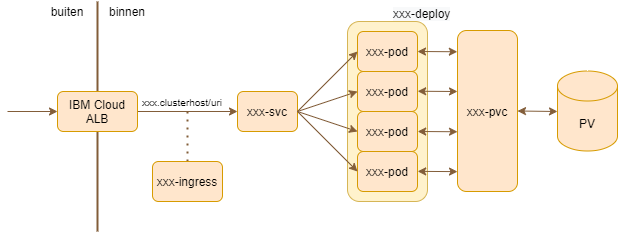
Before: doc/exposing apps.png, a diagram exported from draw.io (JLanda91/ibm-ace-flexaas). Source tidied: cells renumbered, new cells last; positions are measured from the earlier drawing's top-left corner, leaving out a move shared by most shapes.
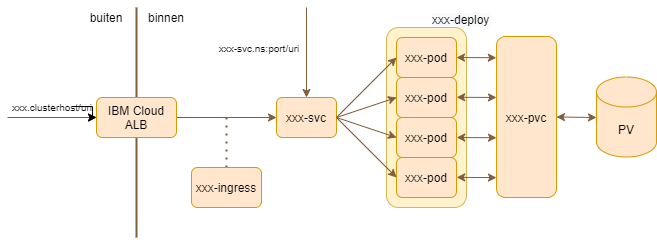
Later version of the same file.

Change to the diagram source:
```diff
@@ -37,7 +37,7 @@
     </mxCell>
     <mxCell id="13" style="endArrow=classic;html=1;entryX=0;entryY=0.5;entryDx=0;entryDy=0;strokeColor=#825D39;" parent="1" edge="1" target="26">
       <mxGeometry relative="1" as="geometry">
-        <mxPoint y="111" as="sourcePoint" />
+        <mxPoint x="-39" y="111" as="sourcePoint" />
       </mxGeometry>
     </mxCell>
     <mxCell id="14" style="endArrow=none;dashed=1;html=1;dashPattern=1 3;strokeWidth=2;strokeColor=#825D39;" parent="1" edge="1">
@@ -49,8 +49,11 @@
     <mxCell id="15" value="xxx-ingress" style="rounded=1;whiteSpace=wrap;html=1;fillColor=#ffe6cc;strokeColor=#d79b00;" parent="1" vertex="1">
       <mxGeometry x="145" y="161" width="70" height="40" as="geometry" />
     </mxCell>
+    <mxCell id="29" style="edgeStyle=orthogonalEdgeStyle;rounded=0;jettySize=auto;html=1;" parent="1" edge="1" source="16" target="26">
+      <mxGeometry relative="1" as="geometry" />
+    </mxCell>
     <mxCell id="16" value="&lt;font style=&quot;font-size: 10px&quot;&gt;xxx.clusterhost/uri&lt;/font&gt;" style="text;html=1;strokeColor=none;fillColor=none;align=center;verticalAlign=middle;whiteSpace=wrap;rounded=0;" parent="1" vertex="1">
-      <mxGeometry x="155" y="91" width="40" height="20" as="geometry" />
+      <mxGeometry x="-14" y="90" width="40" height="20" as="geometry" />
     </mxCell>
     <mxCell id="17" value="&lt;span style=&quot;color: rgb(0 , 0 , 0) ; font-family: &amp;#34;helvetica&amp;#34; ; font-size: 12px ; font-style: normal ; font-weight: 400 ; letter-spacing: normal ; text-align: center ; text-indent: 0px ; text-transform: none ; word-spacing: 0px ; background-color: rgb(248 , 249 , 250) ; display: inline ; float: none&quot;&gt;xxx-deploy&lt;/span&gt;" style="text;whiteSpace=wrap;html=1;" parent="1" vertex="1">
       <mxGeometry x="384" width="70" height="30" as="geometry" />
@@ -102,5 +105,13 @@
     <mxCell id="28" value="binnen" style="text;html=1;strokeColor=none;fillColor=none;align=center;verticalAlign=middle;whiteSpace=wrap;rounded=0;" parent="1" vertex="1">
       <mxGeometry x="100" y="1" width="40" height="20" as="geometry" />
     </mxCell>
+    <mxCell id="30" style="endArrow=classic;html=1;entryX=0.5;entryY=0;entryDx=0;entryDy=0;strokeColor=#825D39;" parent="1" edge="1" target="3">
+      <mxGeometry relative="1" as="geometry">
+        <mxPoint x="260" y="1" as="sourcePoint" />
+      </mxGeometry>
+    </mxCell>
+    <mxCell id="31" value="&lt;span style=&quot;font-size: 10px&quot;&gt;xxx-svc.ns:port/uri&lt;/span&gt;" style="text;html=1;strokeColor=none;fillColor=none;align=center;verticalAlign=middle;whiteSpace=wrap;rounded=0;" parent="1" vertex="1">
+      <mxGeometry x="171" y="31" width="84" height="20" as="geometry" />
+    </mxCell>
   </root>
 </mxGraphModel>
```
